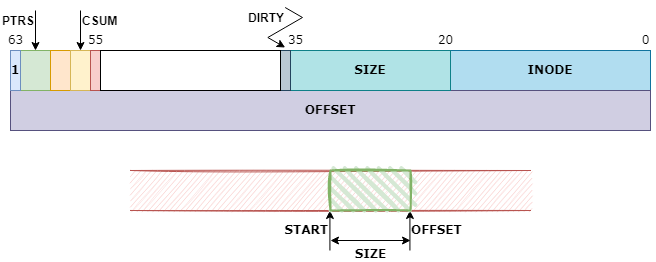
Before: linux/driver/md/bcache/bcache_btree/bcache_bkey/bcache_bkey.drawio.png, a diagram exported from draw.io (zoumingzhe/study). Source tidied: cells renumbered, new cells last; positions are measured from the earlier drawing's top-left corner, leaving out a move shared by most shapes. Source of this version:
```xml
<mxGraphModel>
  <root>
    <mxCell id="0" />
    <mxCell id="1" parent="0" />
    <mxCell id="2" value="START" style="endArrow=classic;html=1;rounded=0;entryX=0;entryY=1;entryDx=0;entryDy=0;align=right;sketch=0;fontFamily=Verdana;fontStyle=1;fontSize=12;" parent="1" edge="1">
      <mxGeometry relative="1" as="geometry">
        <mxPoint x="329.4" y="243" as="sourcePoint" />
        <mxPoint x="329.4" y="203" as="targetPoint" />
      </mxGeometry>
    </mxCell>
    <mxCell id="3" value="&lt;div style=&quot;font-size: 12px;&quot;&gt;OFFSET&lt;/div&gt;" style="endArrow=classic;html=1;rounded=0;entryX=1;entryY=1;entryDx=0;entryDy=0;align=left;sketch=0;fontFamily=Verdana;fontStyle=1;fontSize=12;" parent="1" edge="1">
      <mxGeometry relative="1" as="geometry">
        <mxPoint x="409.4" y="243" as="sourcePoint" />
        <mxPoint x="409.4" y="203" as="targetPoint" />
      </mxGeometry>
    </mxCell>
    <mxCell id="4" value="SIZE" style="endArrow=classic;startArrow=classic;html=1;rounded=0;labelBackgroundColor=#ffffff;elbow=vertical;align=center;sketch=0;fontFamily=Verdana;verticalAlign=top;fontStyle=1;fontSize=12;labelPosition=center;verticalLabelPosition=bottom;" parent="1" edge="1">
      <mxGeometry relative="1" as="geometry">
        <mxPoint x="410" y="233" as="sourcePoint" />
        <mxPoint x="330" y="233" as="targetPoint" />
      </mxGeometry>
    </mxCell>
    <mxCell id="5" value="INODE" style="rounded=0;whiteSpace=wrap;html=1;sketch=0;fillColor=#b1ddf0;strokeColor=#10739e;fontFamily=Verdana;fontStyle=1;fontSize=12;" parent="1" vertex="1">
      <mxGeometry x="450" y="43" width="200" height="40" as="geometry" />
    </mxCell>
    <mxCell id="6" value="OFFSET" style="rounded=0;whiteSpace=wrap;html=1;sketch=0;fillColor=#d0cee2;strokeColor=#56517e;fontFamily=Verdana;fontStyle=1;fontSize=12;" parent="1" vertex="1">
      <mxGeometry x="10" y="83" width="640" height="40" as="geometry" />
    </mxCell>
    <mxCell id="7" style="shape=partialRectangle;whiteSpace=wrap;html=1;left=0;right=0;fillColor=#f8cecc;rounded=0;sketch=1;fontFamily=Verdana;strokeColor=#b85450;fontStyle=1;" parent="1" vertex="1">
      <mxGeometry x="130" y="163" width="400" height="40" as="geometry" />
    </mxCell>
    <mxCell id="8" style="rounded=0;whiteSpace=wrap;html=1;sketch=0;fillColor=#d5e8d4;strokeColor=#82b366;fontFamily=Verdana;fontStyle=1;fontSize=12;" parent="1" vertex="1">
      <mxGeometry x="20" y="43" width="30" height="40" as="geometry" />
    </mxCell>
    <mxCell id="9" value="0" style="text;html=1;align=center;verticalAlign=middle;fillColor=none;strokeColor=none;rounded=0;sketch=1;fontFamily=Verdana;" parent="1" vertex="1">
      <mxGeometry x="635" y="23" width="20" height="20" as="geometry" />
    </mxCell>
    <mxCell id="10" value="63" style="text;html=1;align=center;verticalAlign=middle;fillColor=none;strokeColor=none;rounded=0;sketch=1;fontFamily=Verdana;" parent="1" vertex="1">
      <mxGeometry y="23" width="30" height="20" as="geometry" />
    </mxCell>
    <mxCell id="11" value="20" style="text;html=1;align=center;verticalAlign=middle;fillColor=none;strokeColor=none;rounded=0;sketch=1;fontFamily=Verdana;" parent="1" vertex="1">
      <mxGeometry x="430" y="23" width="30" height="20" as="geometry" />
    </mxCell>
    <mxCell id="12" style="rounded=0;whiteSpace=wrap;html=1;strokeWidth=2;fillWeight=4;hachureGap=8;hachureAngle=45;fillColor=#d5e8d4;sketch=1;gradientDirection=south;strokeColor=#82b366;fontFamily=Verdana;fontStyle=1;" parent="1" vertex="1">
      <mxGeometry x="330" y="163" width="80" height="40" as="geometry" />
    </mxCell>
    <mxCell id="13" value="SIZE" style="rounded=0;whiteSpace=wrap;html=1;sketch=0;fillColor=#b0e3e6;strokeColor=#0e8088;fontFamily=Verdana;fontStyle=1;fontSize=12;" parent="1" vertex="1">
      <mxGeometry x="290" y="43" width="160" height="40" as="geometry" />
    </mxCell>
    <mxCell id="14" style="rounded=0;whiteSpace=wrap;html=1;sketch=0;fillColor=#ffe6cc;strokeColor=#d79b00;fontFamily=Verdana;fontStyle=1;fontSize=12;" parent="1" vertex="1">
      <mxGeometry x="50" y="43" width="20" height="40" as="geometry" />
    </mxCell>
    <mxCell id="15" style="rounded=0;whiteSpace=wrap;html=1;sketch=0;fillColor=#fff2cc;strokeColor=#d6b656;fontFamily=Verdana;fontStyle=1;fontSize=12;" parent="1" vertex="1">
      <mxGeometry x="70" y="43" width="20" height="40" as="geometry" />
    </mxCell>
    <mxCell id="16" style="rounded=0;whiteSpace=wrap;html=1;sketch=0;fillColor=#f8cecc;strokeColor=#b85450;fontFamily=Verdana;fontStyle=1;fontSize=12;" parent="1" vertex="1">
      <mxGeometry x="90" y="43" width="10" height="40" as="geometry" />
    </mxCell>
    <mxCell id="17" style="rounded=0;whiteSpace=wrap;html=1;sketch=0;fillColor=#bac8d3;strokeColor=#23445d;fontFamily=Verdana;fontStyle=1;fontSize=12;" parent="1" vertex="1">
      <mxGeometry x="280" y="43" width="10" height="40" as="geometry" />
    </mxCell>
    <mxCell id="18" style="rounded=0;whiteSpace=wrap;html=1;sketch=0;fontFamily=Verdana;fontStyle=1;fontSize=12;" parent="1" vertex="1">
      <mxGeometry x="100" y="43" width="180" height="40" as="geometry" />
    </mxCell>
    <mxCell id="19" value="35" style="text;html=1;align=center;verticalAlign=middle;fillColor=none;strokeColor=none;rounded=0;sketch=1;fontFamily=Verdana;" parent="1" vertex="1">
      <mxGeometry x="280" y="23" width="30" height="20" as="geometry" />
    </mxCell>
    <mxCell id="20" value="55" style="text;html=1;align=center;verticalAlign=middle;fillColor=none;strokeColor=none;rounded=0;sketch=1;fontFamily=Verdana;" parent="1" vertex="1">
      <mxGeometry x="80" y="23" width="30" height="20" as="geometry" />
    </mxCell>
    <mxCell id="21" value="1" style="rounded=0;whiteSpace=wrap;html=1;sketch=0;fillColor=#dae8fc;strokeColor=#6c8ebf;fontFamily=Verdana;fontStyle=1;fontSize=12;" parent="1" vertex="1">
      <mxGeometry x="10" y="43" width="10" height="40" as="geometry" />
    </mxCell>
    <mxCell id="22" value="PTRS" style="endArrow=classic;html=1;rounded=0;fontSize=12;entryX=0.5;entryY=0;entryDx=0;entryDy=0;verticalAlign=bottom;labelPosition=left;verticalLabelPosition=top;align=right;fontStyle=1;" parent="1" edge="1" target="8">
      <mxGeometry relative="1" as="geometry">
        <mxPoint x="35" y="3" as="sourcePoint" />
      </mxGeometry>
    </mxCell>
    <mxCell id="23" value="CSUM" style="endArrow=classic;html=1;rounded=0;fontSize=12;labelPosition=right;verticalLabelPosition=top;align=left;verticalAlign=bottom;fontStyle=1;" parent="1" edge="1">
      <mxGeometry relative="1" as="geometry">
        <mxPoint x="80" y="3" as="sourcePoint" />
        <mxPoint x="80" y="43" as="targetPoint" />
      </mxGeometry>
    </mxCell>
    <mxCell id="24" value="DIRTY" style="endArrow=classic;html=1;rounded=0;fontSize=12;labelPosition=left;verticalLabelPosition=top;align=right;verticalAlign=bottom;fontStyle=1;edgeStyle=isometricEdgeStyle;elbow=vertical;" parent="1" edge="1">
      <mxGeometry relative="1" as="geometry">
        <mxPoint x="284.7" as="sourcePoint" />
        <mxPoint x="284.7" y="40" as="targetPoint" />
      </mxGeometry>
    </mxCell>
  </root>
</mxGraphModel>
```
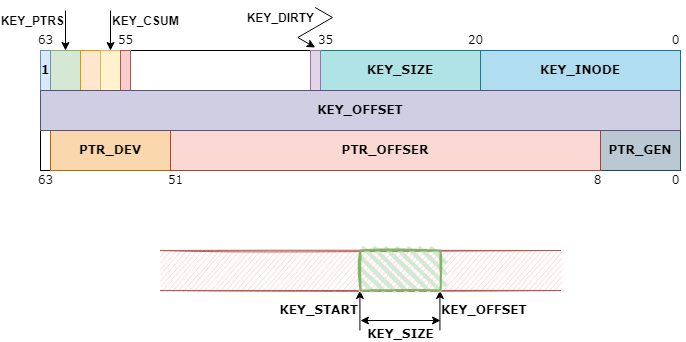
The same file after the commit.

Change to the diagram source:
```diff
@@ -2,32 +2,32 @@
   <root>
     <mxCell id="0" />
     <mxCell id="1" parent="0" />
+    <mxCell id="18" style="rounded=0;whiteSpace=wrap;html=1;sketch=0;fontFamily=Verdana;fontStyle=1;fontSize=12;" parent="1" vertex="1">
+      <mxGeometry x="100" y="43" width="180" height="40" as="geometry" />
+    </mxCell>
-    <mxCell id="2" value="START" style="endArrow=classic;html=1;rounded=0;entryX=0;entryY=1;entryDx=0;entryDy=0;align=right;sketch=0;fontFamily=Verdana;fontStyle=1;fontSize=12;" parent="1" edge="1">
+    <mxCell id="2" value="KEY_START" style="endArrow=classic;html=1;rounded=0;entryX=0;entryY=1;entryDx=0;entryDy=0;align=right;sketch=0;fontFamily=Verdana;fontStyle=1;fontSize=12;" parent="1" edge="1">
       <mxGeometry relative="1" as="geometry">
-        <mxPoint x="329.4" y="243" as="sourcePoint" />
-        <mxPoint x="329.4" y="203" as="targetPoint" />
+        <mxPoint x="329.4" y="323" as="sourcePoint" />
+        <mxPoint x="329.4" y="283" as="targetPoint" />
       </mxGeometry>
     </mxCell>
-    <mxCell id="3" value="&lt;div style=&quot;font-size: 12px;&quot;&gt;OFFSET&lt;/div&gt;" style="endArrow=classic;html=1;rounded=0;entryX=1;entryY=1;entryDx=0;entryDy=0;align=left;sketch=0;fontFamily=Verdana;fontStyle=1;fontSize=12;" parent="1" edge="1">
+    <mxCell id="3" value="&lt;div style=&quot;font-size: 12px;&quot;&gt;KEY_OFFSET&lt;/div&gt;" style="endArrow=classic;html=1;rounded=0;entryX=1;entryY=1;entryDx=0;entryDy=0;align=left;sketch=0;fontFamily=Verdana;fontStyle=1;fontSize=12;" parent="1" edge="1">
       <mxGeometry relative="1" as="geometry">
-        <mxPoint x="409.4" y="243" as="sourcePoint" />
-        <mxPoint x="409.4" y="203" as="targetPoint" />
+        <mxPoint x="409.4" y="323" as="sourcePoint" />
+        <mxPoint x="409.4" y="283" as="targetPoint" />
       </mxGeometry>
     </mxCell>
-    <mxCell id="4" value="SIZE" style="endArrow=classic;startArrow=classic;html=1;rounded=0;labelBackgroundColor=#ffffff;elbow=vertical;align=center;sketch=0;fontFamily=Verdana;verticalAlign=top;fontStyle=1;fontSize=12;labelPosition=center;verticalLabelPosition=bottom;" parent="1" edge="1">
+    <mxCell id="4" value="KEY_SIZE" style="endArrow=classic;startArrow=classic;html=1;rounded=0;labelBackgroundColor=#ffffff;elbow=vertical;align=center;sketch=0;fontFamily=Verdana;verticalAlign=top;fontStyle=1;fontSize=12;labelPosition=center;verticalLabelPosition=bottom;" parent="1" edge="1">
       <mxGeometry relative="1" as="geometry">
-        <mxPoint x="410" y="233" as="sourcePoint" />
-        <mxPoint x="330" y="233" as="targetPoint" />
+        <mxPoint x="410" y="313" as="sourcePoint" />
+        <mxPoint x="330" y="313" as="targetPoint" />
       </mxGeometry>
     </mxCell>
-    <mxCell id="5" value="INODE" style="rounded=0;whiteSpace=wrap;html=1;sketch=0;fillColor=#b1ddf0;strokeColor=#10739e;fontFamily=Verdana;fontStyle=1;fontSize=12;" parent="1" vertex="1">
+    <mxCell id="5" value="KEY_INODE" style="rounded=0;whiteSpace=wrap;html=1;sketch=0;fillColor=#b1ddf0;strokeColor=#10739e;fontFamily=Verdana;fontStyle=1;fontSize=12;" parent="1" vertex="1">
       <mxGeometry x="450" y="43" width="200" height="40" as="geometry" />
     </mxCell>
-    <mxCell id="6" value="OFFSET" style="rounded=0;whiteSpace=wrap;html=1;sketch=0;fillColor=#d0cee2;strokeColor=#56517e;fontFamily=Verdana;fontStyle=1;fontSize=12;" parent="1" vertex="1">
-      <mxGeometry x="10" y="83" width="640" height="40" as="geometry" />
-    </mxCell>
     <mxCell id="7" style="shape=partialRectangle;whiteSpace=wrap;html=1;left=0;right=0;fillColor=#f8cecc;rounded=0;sketch=1;fontFamily=Verdana;strokeColor=#b85450;fontStyle=1;" parent="1" vertex="1">
-      <mxGeometry x="130" y="163" width="400" height="40" as="geometry" />
+      <mxGeometry x="130" y="243" width="400" height="40" as="geometry" />
     </mxCell>
     <mxCell id="8" style="rounded=0;whiteSpace=wrap;html=1;sketch=0;fillColor=#d5e8d4;strokeColor=#82b366;fontFamily=Verdana;fontStyle=1;fontSize=12;" parent="1" vertex="1">
       <mxGeometry x="20" y="43" width="30" height="40" as="geometry" />
@@ -42,9 +42,9 @@
       <mxGeometry x="430" y="23" width="30" height="20" as="geometry" />
     </mxCell>
     <mxCell id="12" style="rounded=0;whiteSpace=wrap;html=1;strokeWidth=2;fillWeight=4;hachureGap=8;hachureAngle=45;fillColor=#d5e8d4;sketch=1;gradientDirection=south;strokeColor=#82b366;fontFamily=Verdana;fontStyle=1;" parent="1" vertex="1">
-      <mxGeometry x="330" y="163" width="80" height="40" as="geometry" />
+      <mxGeometry x="330" y="243" width="80" height="40" as="geometry" />
     </mxCell>
-    <mxCell id="13" value="SIZE" style="rounded=0;whiteSpace=wrap;html=1;sketch=0;fillColor=#b0e3e6;strokeColor=#0e8088;fontFamily=Verdana;fontStyle=1;fontSize=12;" parent="1" vertex="1">
+    <mxCell id="13" value="KEY_SIZE" style="rounded=0;whiteSpace=wrap;html=1;sketch=0;fillColor=#b0e3e6;strokeColor=#0e8088;fontFamily=Verdana;fontStyle=1;fontSize=12;" parent="1" vertex="1">
       <mxGeometry x="290" y="43" width="160" height="40" as="geometry" />
     </mxCell>
     <mxCell id="14" style="rounded=0;whiteSpace=wrap;html=1;sketch=0;fillColor=#ffe6cc;strokeColor=#d79b00;fontFamily=Verdana;fontStyle=1;fontSize=12;" parent="1" vertex="1">
@@ -56,12 +56,9 @@
     <mxCell id="16" style="rounded=0;whiteSpace=wrap;html=1;sketch=0;fillColor=#f8cecc;strokeColor=#b85450;fontFamily=Verdana;fontStyle=1;fontSize=12;" parent="1" vertex="1">
       <mxGeometry x="90" y="43" width="10" height="40" as="geometry" />
     </mxCell>
-    <mxCell id="17" style="rounded=0;whiteSpace=wrap;html=1;sketch=0;fillColor=#bac8d3;strokeColor=#23445d;fontFamily=Verdana;fontStyle=1;fontSize=12;" parent="1" vertex="1">
+    <mxCell id="17" style="rounded=0;whiteSpace=wrap;html=1;sketch=0;fillColor=#e1d5e7;strokeColor=#9673a6;fontFamily=Verdana;fontStyle=1;fontSize=12;" parent="1" vertex="1">
       <mxGeometry x="280" y="43" width="10" height="40" as="geometry" />
     </mxCell>
-    <mxCell id="18" style="rounded=0;whiteSpace=wrap;html=1;sketch=0;fontFamily=Verdana;fontStyle=1;fontSize=12;" parent="1" vertex="1">
-      <mxGeometry x="100" y="43" width="180" height="40" as="geometry" />
-    </mxCell>
     <mxCell id="19" value="35" style="text;html=1;align=center;verticalAlign=middle;fillColor=none;strokeColor=none;rounded=0;sketch=1;fontFamily=Verdana;" parent="1" vertex="1">
       <mxGeometry x="280" y="23" width="30" height="20" as="geometry" />
     </mxCell>
@@ -71,22 +68,49 @@
     <mxCell id="21" value="1" style="rounded=0;whiteSpace=wrap;html=1;sketch=0;fillColor=#dae8fc;strokeColor=#6c8ebf;fontFamily=Verdana;fontStyle=1;fontSize=12;" parent="1" vertex="1">
       <mxGeometry x="10" y="43" width="10" height="40" as="geometry" />
     </mxCell>
-    <mxCell id="22" value="PTRS" style="endArrow=classic;html=1;rounded=0;fontSize=12;entryX=0.5;entryY=0;entryDx=0;entryDy=0;verticalAlign=bottom;labelPosition=left;verticalLabelPosition=top;align=right;fontStyle=1;" parent="1" edge="1" target="8">
+    <mxCell id="22" value="KEY_PTRS" style="endArrow=classic;html=1;rounded=0;fontSize=12;entryX=0.5;entryY=0;entryDx=0;entryDy=0;verticalAlign=bottom;labelPosition=left;verticalLabelPosition=top;align=right;fontStyle=1;" parent="1" edge="1" target="8">
       <mxGeometry relative="1" as="geometry">
         <mxPoint x="35" y="3" as="sourcePoint" />
       </mxGeometry>
     </mxCell>
-    <mxCell id="23" value="CSUM" style="endArrow=classic;html=1;rounded=0;fontSize=12;labelPosition=right;verticalLabelPosition=top;align=left;verticalAlign=bottom;fontStyle=1;" parent="1" edge="1">
+    <mxCell id="23" value="KEY_CSUM" style="endArrow=classic;html=1;rounded=0;fontSize=12;labelPosition=right;verticalLabelPosition=top;align=left;verticalAlign=bottom;fontStyle=1;" parent="1" edge="1">
       <mxGeometry relative="1" as="geometry">
         <mxPoint x="80" y="3" as="sourcePoint" />
         <mxPoint x="80" y="43" as="targetPoint" />
       </mxGeometry>
     </mxCell>
-    <mxCell id="24" value="DIRTY" style="endArrow=classic;html=1;rounded=0;fontSize=12;labelPosition=left;verticalLabelPosition=top;align=right;verticalAlign=bottom;fontStyle=1;edgeStyle=isometricEdgeStyle;elbow=vertical;" parent="1" edge="1">
+    <mxCell id="24" value="KEY_DIRTY" style="endArrow=classic;html=1;rounded=0;fontSize=12;labelPosition=left;verticalLabelPosition=top;align=right;verticalAlign=bottom;fontStyle=1;edgeStyle=isometricEdgeStyle;elbow=vertical;" parent="1" edge="1">
       <mxGeometry relative="1" as="geometry">
         <mxPoint x="284.7" as="sourcePoint" />
         <mxPoint x="284.7" y="40" as="targetPoint" />
       </mxGeometry>
     </mxCell>
+    <mxCell id="25" value="PTR_GEN" style="rounded=0;whiteSpace=wrap;html=1;sketch=0;fillColor=#bac8d3;strokeColor=#23445d;fontFamily=Verdana;fontStyle=1;fontSize=12;" parent="1" vertex="1">
+      <mxGeometry x="570" y="123" width="80" height="40" as="geometry" />
+    </mxCell>
+    <mxCell id="26" style="rounded=0;whiteSpace=wrap;html=1;sketch=0;fontFamily=Verdana;fontStyle=1;fontSize=12;" parent="1" vertex="1">
+      <mxGeometry x="10" y="123" width="10" height="40" as="geometry" />
+    </mxCell>
+    <mxCell id="27" value="PTR_DEV" style="rounded=0;whiteSpace=wrap;html=1;sketch=0;fillColor=#fad7ac;strokeColor=#b46504;fontFamily=Verdana;fontStyle=1;fontSize=12;" parent="1" vertex="1">
+      <mxGeometry x="20" y="123" width="120" height="40" as="geometry" />
+    </mxCell>
+    <mxCell id="28" value="PTR_OFFSER" style="rounded=0;whiteSpace=wrap;html=1;sketch=0;fillColor=#fad9d5;strokeColor=#ae4132;fontFamily=Verdana;fontStyle=1;fontSize=12;" parent="1" vertex="1">
+      <mxGeometry x="140" y="123" width="430" height="40" as="geometry" />
+    </mxCell>
+    <mxCell id="29" value="0" style="text;html=1;align=center;verticalAlign=middle;fillColor=none;strokeColor=none;rounded=0;sketch=1;fontFamily=Verdana;" parent="1" vertex="1">
+      <mxGeometry x="635" y="163" width="20" height="20" as="geometry" />
+    </mxCell>
+    <mxCell id="30" value="8" style="text;html=1;align=center;verticalAlign=middle;fillColor=none;strokeColor=none;rounded=0;sketch=1;fontFamily=Verdana;" parent="1" vertex="1">
+      <mxGeometry x="557" y="163" width="20" height="20" as="geometry" />
+    </mxCell>
+    <mxCell id="31" value="63" style="text;html=1;align=center;verticalAlign=middle;fillColor=none;strokeColor=none;rounded=0;sketch=1;fontFamily=Verdana;" parent="1" vertex="1">
+      <mxGeometry y="163" width="30" height="20" as="geometry" />
+    </mxCell>
+    <mxCell id="32" value="51" style="text;html=1;align=center;verticalAlign=middle;fillColor=none;strokeColor=none;rounded=0;sketch=1;fontFamily=Verdana;" parent="1" vertex="1">
+      <mxGeometry x="130" y="163" width="30" height="20" as="geometry" />
+    </mxCell>
+    <mxCell id="6" value="KEY_OFFSET" style="rounded=0;whiteSpace=wrap;html=1;sketch=0;fillColor=#d0cee2;strokeColor=#56517e;fontFamily=Verdana;fontStyle=1;fontSize=12;" parent="1" vertex="1">
+      <mxGeometry x="10" y="83" width="640" height="40" as="geometry" />
+    </mxCell>
   </root>
 </mxGraphModel>
```
